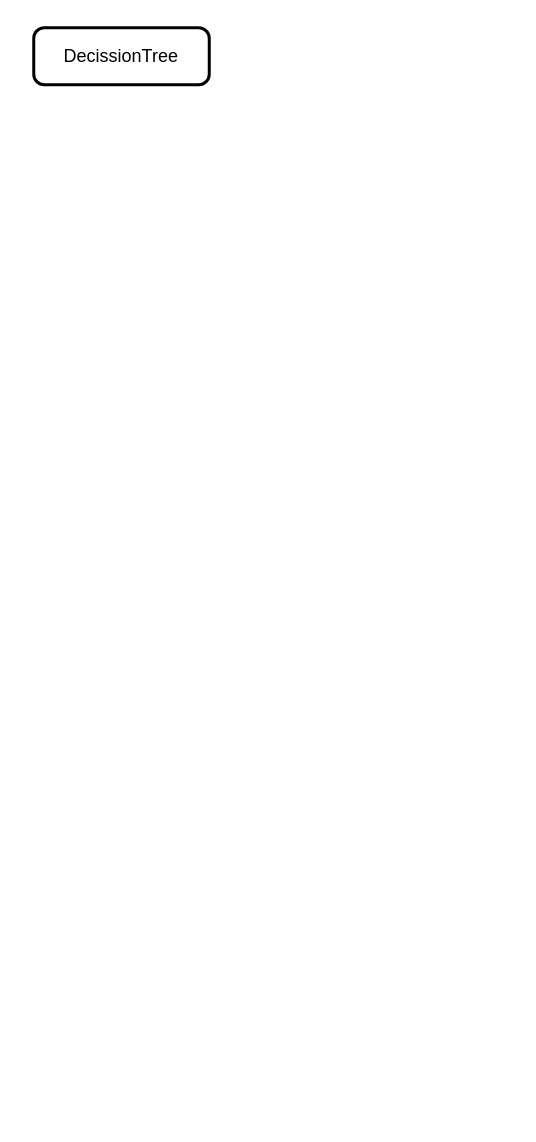
lenny1-ux/alx-zero_days keeps this draw.io diagram as base.drawio. Above is the earlier version. Source tidied: cells renumbered, new cells numbered last; positions are measured from the earlier drawing's top-left corner, leaving out a move shared by most shapes. Both pictures are drawn from the tidied source at 150%, with x=0, y=0 at pixel (33, 27).
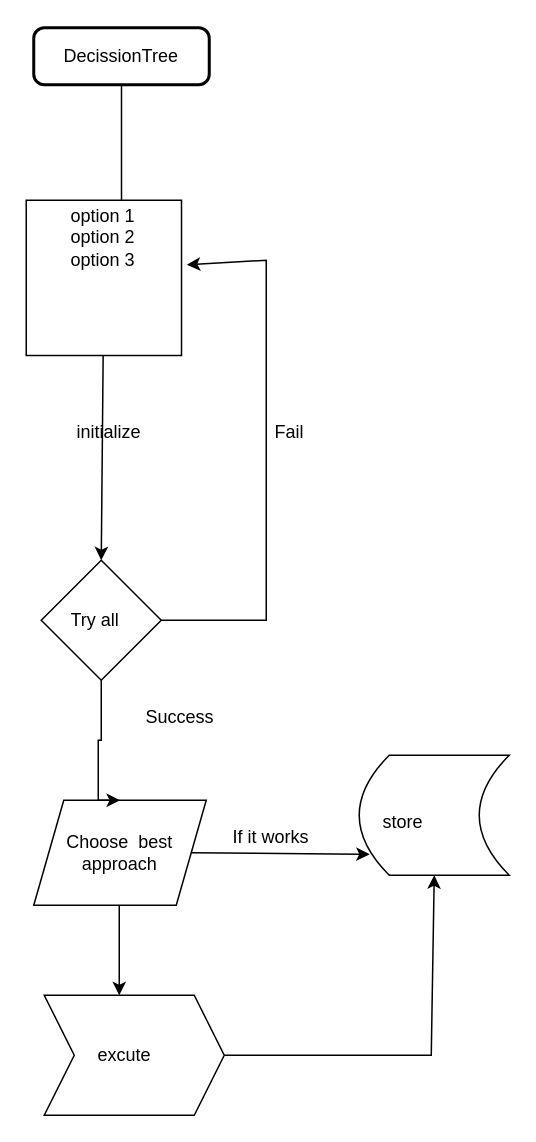
The same diagram, later.

Unchanged cells that the change refers to:
```xml
<mxCell id="2" value="DecissionTree" style="rounded=1;absoluteArcSize=1;arcSize=14;whiteSpace=wrap;strokeWidth=2;" parent="1" vertex="1">
  <mxGeometry width="117" height="38" as="geometry" />
</mxCell>
```

Diff of the diagram source:
```diff
@@
+    <mxCell id="3" style="edgeStyle=orthogonalEdgeStyle;rounded=0;jettySize=auto;html=1;" parent="1" edge="1" source="2" target="4">
+      <mxGeometry relative="1" as="geometry" />
+    </mxCell>
@@
+    <mxCell id="4" style="shape=waypoint;sketch=0;size=6;points=[];fillColor=default;perimeter=centerPerimeter;snapToPoint=1;rounded=1;arcSize=14;strokeWidth=2;" parent="1" vertex="1">
+      <mxGeometry x="48.5" y="127" width="20" height="20" as="geometry" />
+    </mxCell>
+    <mxCell id="5" style="whiteSpace=wrap;html=1;" parent="1" vertex="1">
+      <mxGeometry x="-5" y="115" width="103.5" height="103.5" as="geometry" />
+    </mxCell>
+    <mxCell id="6" value="&lt;div&gt;option 1&lt;/div&gt;&lt;div&gt;option 2&lt;/div&gt;&lt;div&gt;option 3&lt;br&gt;&lt;/div&gt;" style="text;strokeColor=none;fillColor=none;align=left;verticalAlign=middle;spacingLeft=4;spacingRight=4;overflow=hidden;points=[[0,0.5],[1,0.5]];portConstraint=eastwest;whiteSpace=wrap;html=1;" parent="1" vertex="1">
+      <mxGeometry x="18.5" y="115" width="80" height="50" as="geometry" />
+    </mxCell>
+    <mxCell id="7" style="endArrow=classic;html=1;rounded=0;entryX=0.5;entryY=0;entryDx=0;entryDy=0;" parent="1" edge="1" source="5" target="11">
+      <mxGeometry relative="1" as="geometry" />
+    </mxCell>
+    <mxCell id="8" value="Choose&amp;nbsp; best approach" style="shape=parallelogram;perimeter=parallelogramPerimeter;whiteSpace=wrap;html=1;fixedSize=1;" parent="1" vertex="1">
+      <mxGeometry y="515" width="115" height="70" as="geometry" />
+    </mxCell>
+    <mxCell id="9" style="endArrow=classic;html=1;rounded=0;exitX=1;exitY=0.5;exitDx=0;exitDy=0;entryX=0.07;entryY=0.825;entryDx=0;entryDy=0;entryPerimeter=0;" parent="1" edge="1" source="8" target="10">
+      <mxGeometry relative="1" as="geometry" />
+    </mxCell>
+    <mxCell id="10" style="shape=dataStorage;whiteSpace=wrap;html=1;fixedSize=1;" parent="1" vertex="1">
+      <mxGeometry x="217" y="485" width="100" height="80" as="geometry" />
+    </mxCell>
+    <mxCell id="11" style="rhombus;whiteSpace=wrap;html=1;" parent="1" vertex="1">
+      <mxGeometry x="5" y="355" width="80" height="80" as="geometry" />
+    </mxCell>
+    <mxCell id="12" value="store" style="text;strokeColor=none;fillColor=none;align=left;verticalAlign=middle;spacingLeft=4;spacingRight=4;overflow=hidden;whiteSpace=wrap;html=1;" parent="1" vertex="1">
+      <mxGeometry x="227" y="515" width="80" height="30" as="geometry" />
+    </mxCell>
+    <mxCell id="13" value="Try all" style="text;strokeColor=none;fillColor=none;align=left;verticalAlign=middle;spacingLeft=4;spacingRight=4;overflow=hidden;whiteSpace=wrap;html=1;" parent="1" vertex="1">
+      <mxGeometry x="18.5" y="380" width="80" height="30" as="geometry" />
+    </mxCell>
+    <mxCell id="14" style="endArrow=classic;html=1;rounded=0;entryX=1.044;entryY=0.86;entryDx=0;entryDy=0;entryPerimeter=0;" parent="1" edge="1" target="6">
+      <mxGeometry relative="1" as="geometry">
+        <mxPoint x="85" y="395" as="sourcePoint" />
+        <Array as="points">
+          <mxPoint x="155" y="395" />
+          <mxPoint x="155" y="155" />
+        </Array>
+      </mxGeometry>
+    </mxCell>
+    <mxCell id="15" value="If it works" style="text;strokeColor=none;fillColor=none;align=left;verticalAlign=middle;spacingLeft=4;spacingRight=4;overflow=hidden;whiteSpace=wrap;html=1;" parent="1" vertex="1">
+      <mxGeometry x="127" y="525" width="80" height="30" as="geometry" />
+    </mxCell>
+    <mxCell id="16" value="Fail" style="text;strokeColor=none;fillColor=none;align=left;verticalAlign=middle;spacingLeft=4;spacingRight=4;overflow=hidden;whiteSpace=wrap;html=1;" parent="1" vertex="1">
+      <mxGeometry x="155" y="255" width="80" height="30" as="geometry" />
+    </mxCell>
+    <mxCell id="17" value="initialize" style="text;strokeColor=none;fillColor=none;align=left;verticalAlign=middle;spacingLeft=4;spacingRight=4;overflow=hidden;whiteSpace=wrap;html=1;" parent="1" vertex="1">
+      <mxGeometry x="22.5" y="255" width="80" height="30" as="geometry" />
+    </mxCell>
+    <mxCell id="18" style="edgeStyle=orthogonalEdgeStyle;rounded=0;jettySize=auto;html=1;exitX=0.5;exitY=1;exitDx=0;exitDy=0;entryX=0.5;entryY=0;entryDx=0;entryDy=0;" parent="1" edge="1" source="11" target="8">
+      <mxGeometry relative="1" as="geometry">
+        <Array as="points">
+          <mxPoint x="45" y="475" />
+          <mxPoint x="43" y="475" />
+        </Array>
+      </mxGeometry>
+    </mxCell>
+    <mxCell id="19" value="Success" style="text;strokeColor=none;fillColor=none;align=left;verticalAlign=middle;spacingLeft=4;spacingRight=4;overflow=hidden;whiteSpace=wrap;html=1;" parent="1" vertex="1">
+      <mxGeometry x="68.5" y="445" width="80" height="30" as="geometry" />
+    </mxCell>
+    <mxCell id="20" style="endArrow=classic;html=1;rounded=0;" parent="1" edge="1">
+      <mxGeometry relative="1" as="geometry">
+        <mxPoint x="57" y="585" as="sourcePoint" />
+        <mxPoint x="57" y="645" as="targetPoint" />
+      </mxGeometry>
+    </mxCell>
+    <mxCell id="21" style="shape=step;perimeter=stepPerimeter;whiteSpace=wrap;html=1;fixedSize=1;" parent="1" vertex="1">
+      <mxGeometry x="7" y="645" width="120" height="80" as="geometry" />
+    </mxCell>
+    <mxCell id="22" value="excute" style="text;strokeColor=none;fillColor=none;align=left;verticalAlign=middle;spacingLeft=4;spacingRight=4;overflow=hidden;whiteSpace=wrap;html=1;" parent="1" vertex="1">
+      <mxGeometry x="37" y="670" width="80" height="30" as="geometry" />
+    </mxCell>
+    <mxCell id="23" style="endArrow=classic;html=1;rounded=0;entryX=0.5;entryY=1;entryDx=0;entryDy=0;" parent="1" edge="1" target="10">
+      <mxGeometry relative="1" as="geometry">
+        <mxPoint x="127" y="685" as="sourcePoint" />
+        <Array as="points">
+          <mxPoint x="265" y="685" />
+        </Array>
+      </mxGeometry>
+    </mxCell>
```
